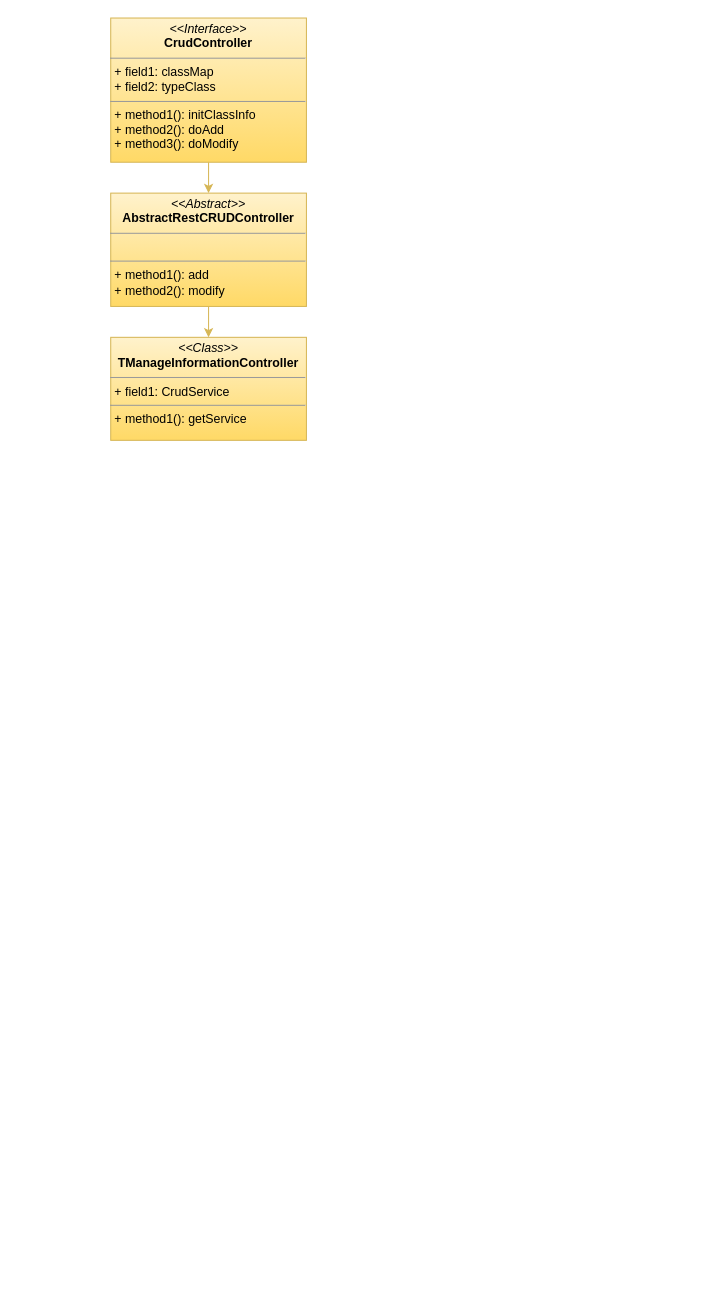
Earlier version of the draw.io diagram class_graph.drawio (cjaack2/Images_Repository). Source tidied: cells renumbered, new cells numbered last; positions are measured from the earlier drawing's top-left corner, leaving out a move shared by most shapes. Both pictures are drawn from the tidied source at 103%, with x=0, y=0 at pixel (110, 18).
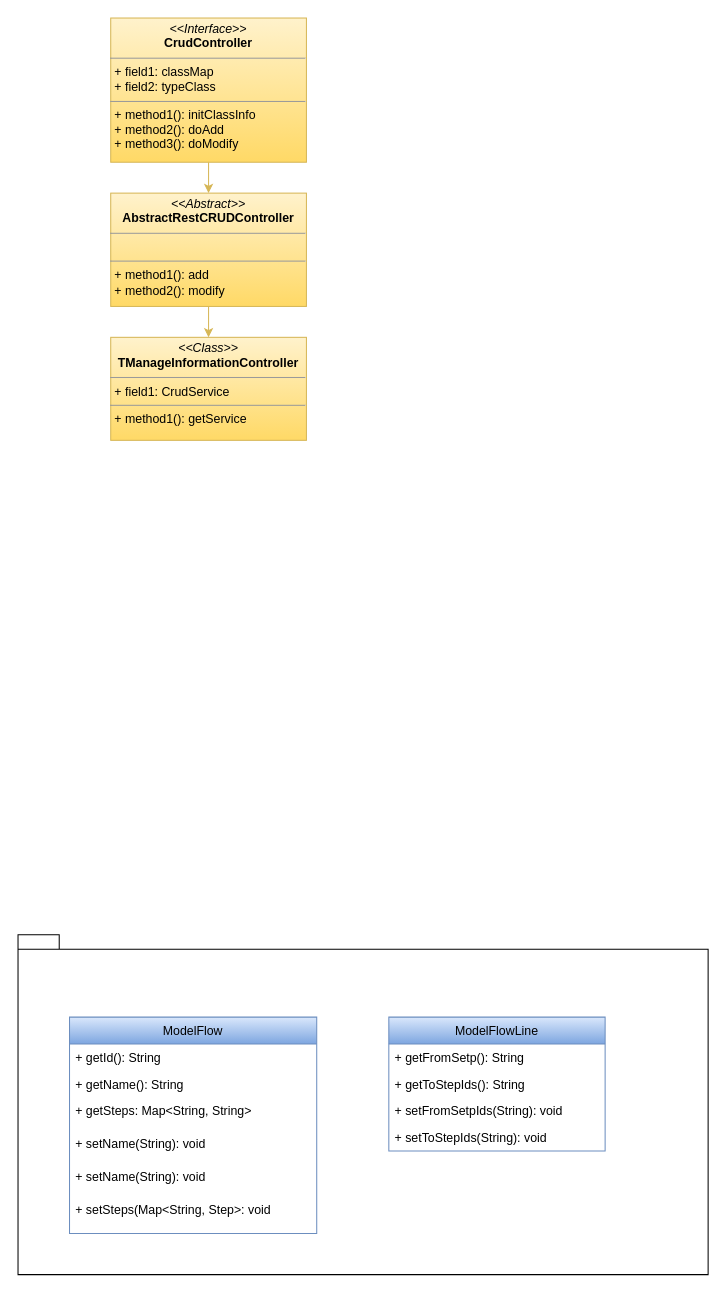
The same page after the edit.

The edit, as a diff of the source:
```diff
@@
 <mxGraphModel>
   <root>
     <mxCell id="0" />
     <mxCell id="1" parent="0" />
+    <mxCell id="7" style="shape=folder;fontStyle=1;spacingTop=10;tabWidth=40;tabHeight=14;tabPosition=left;html=1;" parent="1" vertex="1">
+      <mxGeometry x="-90" y="890" width="670" height="330" as="geometry" />
+    </mxCell>
     <mxCell id="2" style="edgeStyle=orthogonalEdgeStyle;rounded=0;jettySize=auto;html=1;fillColor=#fff2cc;strokeColor=#d6b656;gradientColor=#ffd966;" parent="1" edge="1" source="3" target="5">
       <mxGeometry relative="1" as="geometry" />
     </mxCell>
     <mxCell id="3" value="&lt;p style=&quot;margin: 0px ; margin-top: 4px ; text-align: center&quot;&gt;&lt;i&gt;&amp;lt;&amp;lt;Interface&amp;gt;&amp;gt;&lt;/i&gt;&lt;br&gt;&lt;b&gt;CrudController&lt;/b&gt;&lt;br&gt;&lt;/p&gt;&lt;hr size=&quot;1&quot;&gt;&lt;p style=&quot;margin: 0px ; margin-left: 4px&quot;&gt;+ field1: classMap&lt;br&gt;+ field2: typeClass&lt;/p&gt;&lt;hr size=&quot;1&quot;&gt;&lt;p style=&quot;margin: 0px ; margin-left: 4px&quot;&gt;+ method1(): initClassInfo&lt;br&gt;+ method2(): doAdd&lt;/p&gt;&lt;p style=&quot;margin: 0px ; margin-left: 4px&quot;&gt;+ method3(): doModify&lt;br&gt;&lt;/p&gt;" style="verticalAlign=top;align=left;overflow=fill;fontSize=12;fontFamily=Helvetica;html=1;fillColor=#fff2cc;strokeColor=#d6b656;gradientColor=#ffd966;" parent="1" vertex="1">
       <mxGeometry width="190" height="140" as="geometry" />
     </mxCell>
     <mxCell id="4" style="edgeStyle=orthogonalEdgeStyle;rounded=0;jettySize=auto;html=1;fillColor=#fff2cc;strokeColor=#d6b656;gradientColor=#ffd966;" parent="1" edge="1" source="5" target="6">
       <mxGeometry relative="1" as="geometry" />
     </mxCell>
     <mxCell id="5" value="&lt;p style=&quot;margin: 0px ; margin-top: 4px ; text-align: center&quot;&gt;&lt;i&gt;&amp;lt;&amp;lt;Abstract&amp;gt;&amp;gt;&lt;/i&gt;&lt;br&gt;&lt;b&gt;AbstractRestCRUDController&lt;/b&gt;&lt;br&gt;&lt;/p&gt;&lt;hr size=&quot;1&quot;&gt;&lt;p style=&quot;margin: 0px ; margin-left: 4px&quot;&gt;&lt;br&gt;&lt;/p&gt;&lt;hr size=&quot;1&quot;&gt;&lt;p style=&quot;margin: 0px ; margin-left: 4px&quot;&gt;+ method1(): add&lt;br&gt;+ method2(): modify&lt;/p&gt;" style="verticalAlign=top;align=left;overflow=fill;fontSize=12;fontFamily=Helvetica;html=1;fillColor=#fff2cc;strokeColor=#d6b656;gradientColor=#ffd966;" parent="1" vertex="1">
       <mxGeometry y="170" width="190" height="110" as="geometry" />
     </mxCell>
     <mxCell id="6" value="&lt;p style=&quot;margin: 0px ; margin-top: 4px ; text-align: center&quot;&gt;&lt;i&gt;&amp;lt;&amp;lt;Class&amp;gt;&amp;gt;&lt;/i&gt;&lt;br&gt;&lt;b&gt;TManageInformationController&lt;/b&gt;&lt;br&gt;&lt;/p&gt;&lt;hr size=&quot;1&quot;&gt;&lt;p style=&quot;margin: 0px ; margin-left: 4px&quot;&gt;+ field1: CrudService&lt;br&gt;&lt;/p&gt;&lt;hr size=&quot;1&quot;&gt;&lt;p style=&quot;margin: 0px ; margin-left: 4px&quot;&gt;+ method1(): getService&lt;br&gt;&lt;/p&gt;" style="verticalAlign=top;align=left;overflow=fill;fontSize=12;fontFamily=Helvetica;html=1;fillColor=#fff2cc;strokeColor=#d6b656;gradientColor=#ffd966;" parent="1" vertex="1">
       <mxGeometry y="310" width="190" height="100" as="geometry" />
     </mxCell>
+    <mxCell id="8" value="ModelFlow" style="swimlane;fontStyle=0;horizontal=1;startSize=26;fillColor=#dae8fc;gradientColor=#7ea6e0;strokeColor=#6c8ebf;" parent="1" vertex="1">
+      <mxGeometry x="-40" y="970" width="240" height="210" as="geometry" />
+    </mxCell>
+    <mxCell id="9" value="+ getId(): String" style="text;strokeColor=none;fillColor=none;align=left;verticalAlign=top;spacingLeft=4;spacingRight=4;overflow=hidden;" parent="8" vertex="1">
+      <mxGeometry y="26" width="240" height="26" as="geometry" />
+    </mxCell>
+    <mxCell id="10" value="+ getName(): String" style="text;strokeColor=none;fillColor=none;align=left;verticalAlign=top;spacingLeft=4;spacingRight=4;overflow=hidden;" parent="8" vertex="1">
+      <mxGeometry y="52" width="240" height="26" as="geometry" />
+    </mxCell>
+    <mxCell id="11" value="+ getSteps: Map&lt;String, String&gt;" style="text;strokeColor=none;fillColor=none;align=left;verticalAlign=top;spacingLeft=4;spacingRight=4;overflow=hidden;" parent="8" vertex="1">
+      <mxGeometry y="78" width="240" height="32" as="geometry" />
+    </mxCell>
+    <mxCell id="12" value="+ setName(String): void" style="text;strokeColor=none;fillColor=none;align=left;verticalAlign=top;spacingLeft=4;spacingRight=4;overflow=hidden;" parent="8" vertex="1">
+      <mxGeometry y="110" width="240" height="32" as="geometry" />
+    </mxCell>
+    <mxCell id="13" value="+ setName(String): void" style="text;strokeColor=none;fillColor=none;align=left;verticalAlign=top;spacingLeft=4;spacingRight=4;overflow=hidden;" parent="8" vertex="1">
+      <mxGeometry y="142" width="240" height="32" as="geometry" />
+    </mxCell>
+    <mxCell id="14" value="+ setSteps(Map&lt;String, Step&gt;: void" style="text;strokeColor=none;fillColor=none;align=left;verticalAlign=top;spacingLeft=4;spacingRight=4;overflow=hidden;" parent="8" vertex="1">
+      <mxGeometry y="174" width="240" height="36" as="geometry" />
+    </mxCell>
+    <mxCell id="15" value="ModelFlowLine" style="swimlane;fontStyle=0;horizontal=1;startSize=26;fillColor=#dae8fc;gradientColor=#7ea6e0;strokeColor=#6c8ebf;" parent="1" vertex="1">
+      <mxGeometry x="270" y="970" width="210" height="130" as="geometry" />
+    </mxCell>
+    <mxCell id="16" value="+ getFromSetp(): String&#10;" style="text;strokeColor=none;fillColor=none;align=left;verticalAlign=top;spacingLeft=4;spacingRight=4;overflow=hidden;" parent="15" vertex="1">
+      <mxGeometry y="26" width="210" height="26" as="geometry" />
+    </mxCell>
+    <mxCell id="17" value="+ getToStepIds(): String" style="text;strokeColor=none;fillColor=none;align=left;verticalAlign=top;spacingLeft=4;spacingRight=4;overflow=hidden;" parent="15" vertex="1">
+      <mxGeometry y="52" width="210" height="26" as="geometry" />
+    </mxCell>
+    <mxCell id="18" value="+ setFromSetpIds(String): void" style="text;strokeColor=none;fillColor=none;align=left;verticalAlign=top;spacingLeft=4;spacingRight=4;overflow=hidden;" parent="15" vertex="1">
+      <mxGeometry y="78" width="210" height="26" as="geometry" />
+    </mxCell>
+    <mxCell id="19" value="+ setToStepIds(String): void" style="text;strokeColor=none;fillColor=none;align=left;verticalAlign=top;spacingLeft=4;spacingRight=4;overflow=hidden;" parent="15" vertex="1">
+      <mxGeometry y="104" width="210" height="26" as="geometry" />
+    </mxCell>
   </root>
 </mxGraphModel>
```
